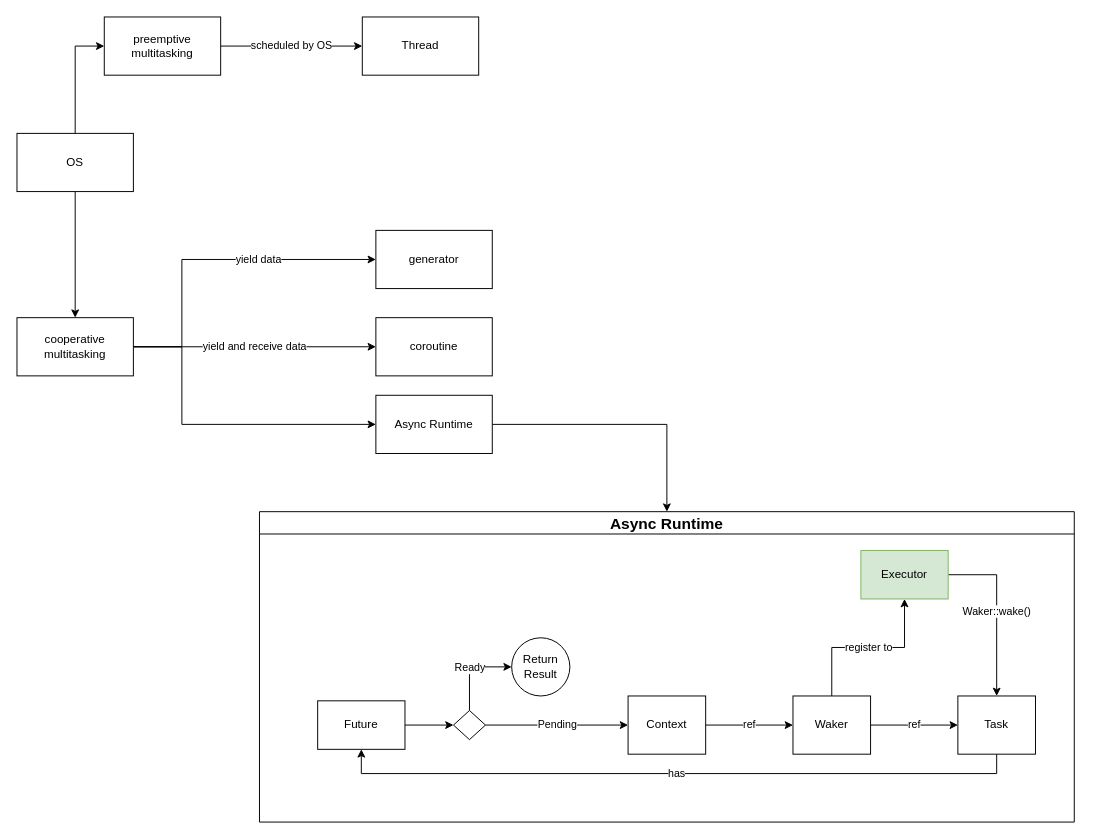
Above: page "Concurrency" (7 of 8) of advanced.drawio in gftea/rust_lang_notes (draw.io), before the change. Source tidied: cells renumbered, new cells numbered last; positions are measured from the earlier drawing's top-left corner, leaving out a move shared by most shapes. Both pictures are drawn from the tidied source at 97%, with x=0, y=0 at pixel (16, 16).
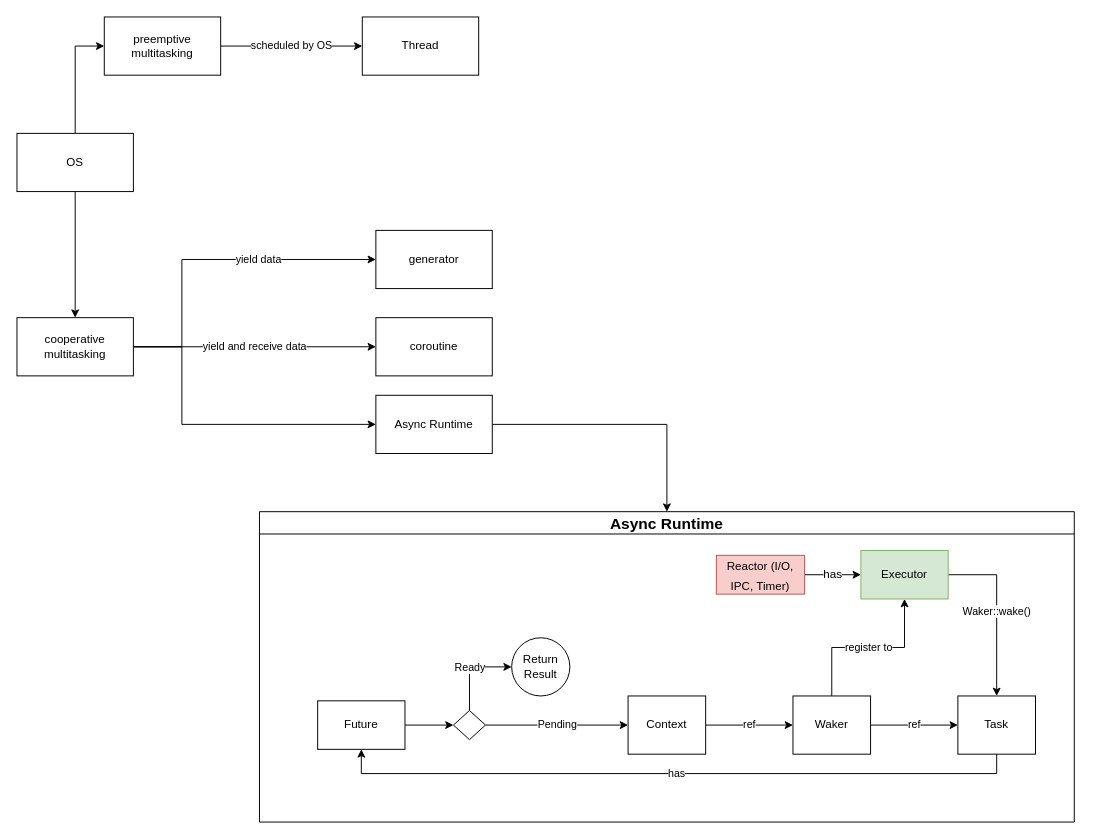
The same page after the edit.

The change refers to these unchanged cells:
```xml
<mxCell id="17" style="group;" parent="16" vertex="1">
  <mxGeometry x="70" y="40" width="740" height="210" as="geometry" />
</mxCell>
<mxCell id="31" value="Executor" style="rounded=0;whiteSpace=wrap;html=1;fillColor=#d5e8d4;strokeColor=#82b366;" parent="17" vertex="1">
  <mxGeometry x="560" width="90" height="50" as="geometry" />
</mxCell>
```

Diff of the diagram source:
```diff
@@
+    <mxCell id="34" value="has" style="edgeStyle=orthogonalEdgeStyle;rounded=0;jettySize=auto;html=1;fontSize=12;" parent="17" edge="1" source="35" target="31">
+      <mxGeometry relative="1" as="geometry" />
+    </mxCell>
+    <mxCell id="35" value="&lt;font style=&quot;font-size: 12px;&quot;&gt;Reactor (I/O, IPC, Timer)&lt;/font&gt;" style="rounded=0;whiteSpace=wrap;html=1;fontSize=16;fillColor=#f8cecc;strokeColor=#b85450;" parent="17" vertex="1">
+      <mxGeometry x="411" y="5" width="91" height="40" as="geometry" />
+    </mxCell>
```
